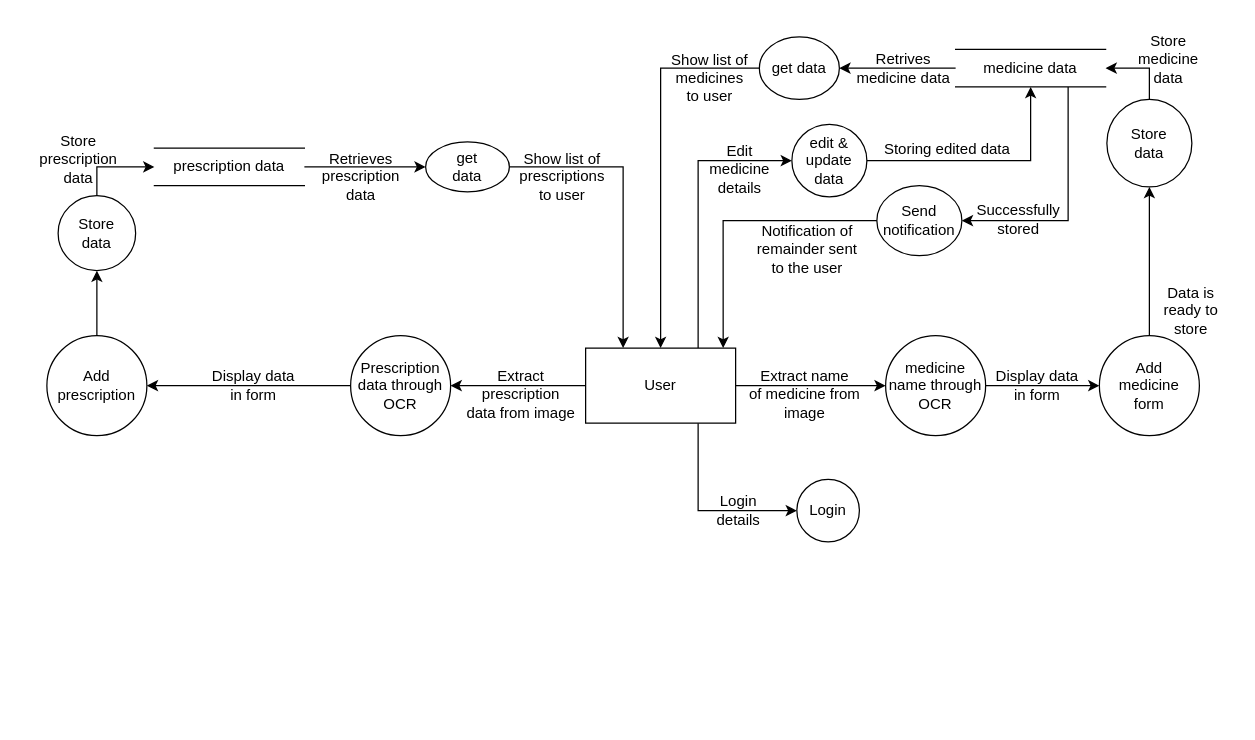
The draw.io diagram DFD_Level-1_Diagram.drawio in SJPatel123/CP-III, before the edit. Source tidied: cells renumbered, new cells numbered last; positions are measured from the earlier drawing's top-left corner, leaving out a move shared by most shapes. Both pictures are drawn from the tidied source at 125%, with x=0, y=0 at pixel (21, 21).
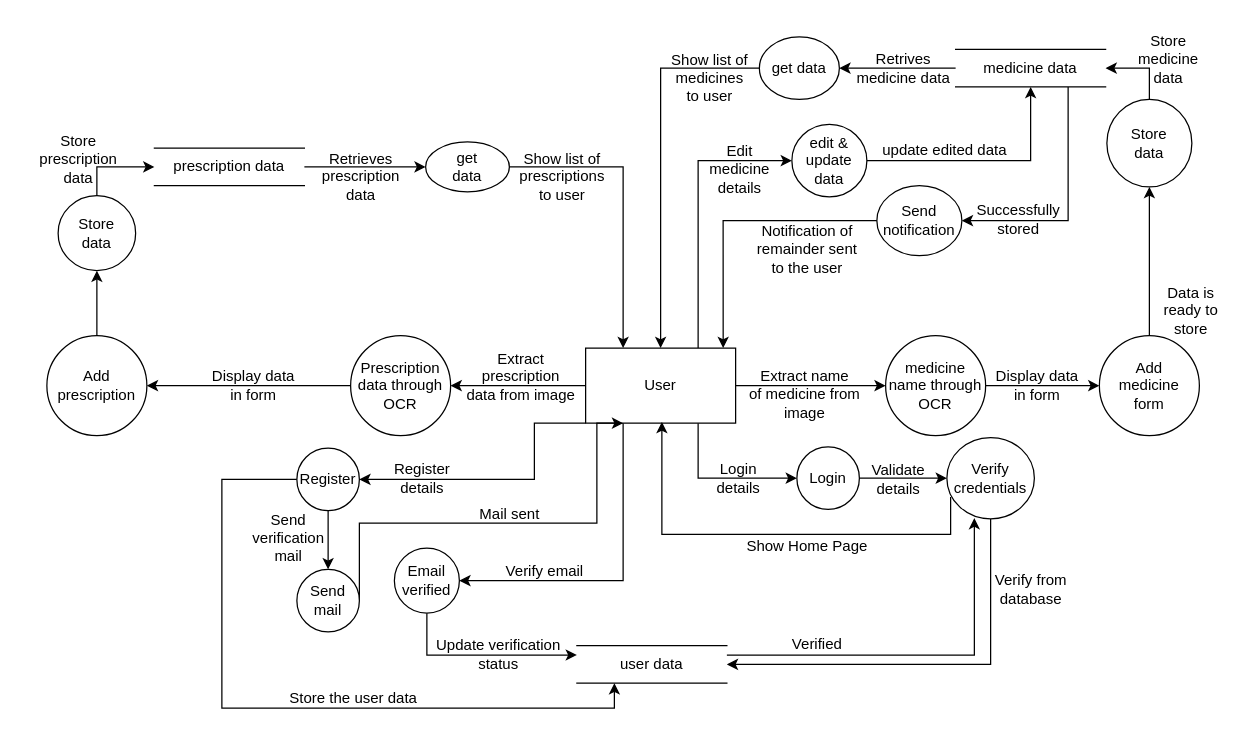
Above is the later version.

The change refers to these unchanged cells:
```xml
<mxCell id="6" value="User" style="rounded=0;whiteSpace=wrap;html=1;" parent="1" vertex="1">
  <mxGeometry x="451" y="261" width="120" height="60" as="geometry" />
</mxCell>
```

Diff of the diagram source:
```diff
@@
+    <mxCell id="49" style="edgeStyle=orthogonalEdgeStyle;rounded=0;jettySize=auto;html=1;exitX=0;exitY=1;exitDx=0;exitDy=0;entryX=1;entryY=0.5;entryDx=0;entryDy=0;" parent="1" edge="1" source="6" target="63">
+      <mxGeometry relative="1" as="geometry">
+        <Array as="points">
+          <mxPoint x="410" y="321" />
+          <mxPoint x="410" y="366" />
+        </Array>
+      </mxGeometry>
+    </mxCell>
+    <mxCell id="50" style="edgeStyle=orthogonalEdgeStyle;rounded=0;jettySize=auto;html=1;exitX=0.25;exitY=1;exitDx=0;exitDy=0;entryX=1;entryY=0.5;entryDx=0;entryDy=0;" parent="1" edge="1" source="6" target="70">
+      <mxGeometry relative="1" as="geometry" />
+    </mxCell>
@@
-    <mxCell id="26" value="Storing edited data" style="text;html=1;align=center;verticalAlign=middle;strokeColor=none;fillColor=none;" parent="1" vertex="1">
-      <mxGeometry x="680" y="87" width="120" height="30" as="geometry" />
+    <mxCell id="26" value="update edited data" style="text;html=1;align=center;verticalAlign=middle;strokeColor=none;fillColor=none;" parent="1" vertex="1">
+      <mxGeometry x="678" y="88" width="120" height="30" as="geometry" />
     </mxCell>
@@
     <mxCell id="33" value="Extract&lt;br&gt;prescription&lt;br&gt;data from image" style="text;html=1;align=center;verticalAlign=middle;strokeColor=none;fillColor=none;" parent="1" vertex="1">
-      <mxGeometry x="344" y="268" width="110" height="60" as="geometry" />
+      <mxGeometry x="344" y="254" width="110" height="60" as="geometry" />
     </mxCell>
@@
+    <mxCell id="51" style="edgeStyle=orthogonalEdgeStyle;rounded=0;jettySize=auto;html=1;" parent="1" edge="1" source="47" target="53">
+      <mxGeometry relative="1" as="geometry" />
+    </mxCell>
     <mxCell id="47" value="Login" style="ellipse;whiteSpace=wrap;html=1;rounded=0;" parent="1" vertex="1">
-      <mxGeometry x="620" y="366" width="50" height="50" as="geometry" />
+      <mxGeometry x="620" y="340" width="50" height="50" as="geometry" />
     </mxCell>
     <mxCell id="48" value="Login&lt;br&gt;details" style="text;html=1;align=center;verticalAlign=middle;strokeColor=none;fillColor=none;" parent="1" vertex="1">
-      <mxGeometry x="543" y="371" width="60" height="40" as="geometry" />
+      <mxGeometry x="543" y="345" width="60" height="40" as="geometry" />
     </mxCell>
+    <mxCell id="52" style="edgeStyle=orthogonalEdgeStyle;rounded=0;jettySize=auto;html=1;exitX=0.5;exitY=1;exitDx=0;exitDy=0;entryX=1;entryY=0.5;entryDx=0;entryDy=0;" parent="1" edge="1" source="53" target="56">
+      <mxGeometry relative="1" as="geometry" />
+    </mxCell>
+    <mxCell id="53" value="Verify&lt;br&gt;credentials" style="ellipse;whiteSpace=wrap;html=1;rounded=0;" parent="1" vertex="1">
+      <mxGeometry x="740" y="332.5" width="70" height="65" as="geometry" />
+    </mxCell>
+    <mxCell id="54" value="Validate&lt;br&gt;details" style="text;html=1;align=center;verticalAlign=middle;strokeColor=none;fillColor=none;" parent="1" vertex="1">
+      <mxGeometry x="666" y="346" width="70" height="40" as="geometry" />
+    </mxCell>
+    <mxCell id="55" style="edgeStyle=orthogonalEdgeStyle;rounded=0;jettySize=auto;html=1;exitX=1;exitY=0.25;exitDx=0;exitDy=0;entryX=0.314;entryY=0.992;entryDx=0;entryDy=0;entryPerimeter=0;" parent="1" edge="1" source="56" target="53">
+      <mxGeometry relative="1" as="geometry" />
+    </mxCell>
+    <mxCell id="56" value="user data" style="shape=partialRectangle;whiteSpace=wrap;html=1;left=0;right=0;fillColor=none;" parent="1" vertex="1">
+      <mxGeometry x="444" y="499" width="120" height="30" as="geometry" />
+    </mxCell>
+    <mxCell id="57" value="Verify from&lt;br&gt;database" style="text;html=1;align=center;verticalAlign=middle;strokeColor=none;fillColor=none;" parent="1" vertex="1">
+      <mxGeometry x="767" y="434" width="80" height="40" as="geometry" />
+    </mxCell>
+    <mxCell id="58" value="Verified" style="text;html=1;align=center;verticalAlign=middle;strokeColor=none;fillColor=none;" parent="1" vertex="1">
+      <mxGeometry x="606" y="483" width="60" height="30" as="geometry" />
+    </mxCell>
+    <mxCell id="59" style="edgeStyle=orthogonalEdgeStyle;rounded=0;orthogonalLoop=1;jettySize=auto;html=1;exitX=0.029;exitY=0.715;exitDx=0;exitDy=0;entryX=0.5;entryY=1;entryDx=0;entryDy=0;exitPerimeter=0;" parent="1" edge="1">
+      <mxGeometry relative="1" as="geometry">
+        <mxPoint x="743" y="380" as="sourcePoint" />
+        <mxPoint x="512" y="320" as="targetPoint" />
+        <Array as="points">
+          <mxPoint x="743" y="410" />
+          <mxPoint x="512" y="410" />
+        </Array>
+      </mxGeometry>
+    </mxCell>
+    <mxCell id="60" value="Show Home Page" style="text;html=1;align=center;verticalAlign=middle;strokeColor=none;fillColor=none;" parent="1" vertex="1">
+      <mxGeometry x="568" y="405" width="120" height="30" as="geometry" />
+    </mxCell>
+    <mxCell id="61" style="edgeStyle=orthogonalEdgeStyle;rounded=0;jettySize=auto;html=1;" parent="1" edge="1" source="63" target="66">
+      <mxGeometry relative="1" as="geometry" />
+    </mxCell>
+    <mxCell id="62" style="edgeStyle=orthogonalEdgeStyle;rounded=0;jettySize=auto;html=1;exitX=0;exitY=0.5;exitDx=0;exitDy=0;entryX=0.25;entryY=1;entryDx=0;entryDy=0;" parent="1" edge="1" source="63" target="56">
+      <mxGeometry relative="1" as="geometry">
+        <Array as="points">
+          <mxPoint x="160" y="366" />
+          <mxPoint x="160" y="549" />
+          <mxPoint x="474" y="549" />
+        </Array>
+      </mxGeometry>
+    </mxCell>
+    <mxCell id="63" value="Register" style="ellipse;whiteSpace=wrap;html=1;" parent="1" vertex="1">
+      <mxGeometry x="220" y="341" width="50" height="50" as="geometry" />
+    </mxCell>
+    <mxCell id="64" value="Register&lt;br&gt;details" style="text;html=1;align=center;verticalAlign=middle;strokeColor=none;fillColor=none;" parent="1" vertex="1">
+      <mxGeometry x="285" y="345" width="70" height="40" as="geometry" />
+    </mxCell>
+    <mxCell id="65" style="edgeStyle=orthogonalEdgeStyle;rounded=0;jettySize=auto;html=1;exitX=1;exitY=0.5;exitDx=0;exitDy=0;entryX=0.25;entryY=1;entryDx=0;entryDy=0;" parent="1" edge="1" source="66" target="6">
+      <mxGeometry relative="1" as="geometry">
+        <Array as="points">
+          <mxPoint x="270" y="401" />
+          <mxPoint x="460" y="401" />
+        </Array>
+      </mxGeometry>
+    </mxCell>
+    <mxCell id="66" value="Send&lt;br&gt;mail" style="ellipse;whiteSpace=wrap;html=1;" parent="1" vertex="1">
+      <mxGeometry x="220" y="438" width="50" height="50" as="geometry" />
+    </mxCell>
+    <mxCell id="67" value="Send&lt;br&gt;verification&lt;br&gt;mail" style="text;html=1;align=center;verticalAlign=middle;strokeColor=none;fillColor=none;" parent="1" vertex="1">
+      <mxGeometry x="173" y="383" width="80" height="60" as="geometry" />
+    </mxCell>
+    <mxCell id="68" value="Mail sent" style="text;html=1;align=center;verticalAlign=middle;strokeColor=none;fillColor=none;" parent="1" vertex="1">
+      <mxGeometry x="355" y="379" width="70" height="30" as="geometry" />
+    </mxCell>
+    <mxCell id="69" style="edgeStyle=orthogonalEdgeStyle;rounded=0;jettySize=auto;html=1;exitX=0.5;exitY=1;exitDx=0;exitDy=0;entryX=0;entryY=0.25;entryDx=0;entryDy=0;" parent="1" edge="1" source="70" target="56">
+      <mxGeometry relative="1" as="geometry" />
+    </mxCell>
+    <mxCell id="70" value="Email&lt;br&gt;verified" style="ellipse;whiteSpace=wrap;html=1;" parent="1" vertex="1">
+      <mxGeometry x="298" y="421" width="52" height="52" as="geometry" />
+    </mxCell>
+    <mxCell id="71" value="Verify email" style="text;html=1;align=center;verticalAlign=middle;strokeColor=none;fillColor=none;" parent="1" vertex="1">
+      <mxGeometry x="373" y="425" width="90" height="30" as="geometry" />
+    </mxCell>
+    <mxCell id="72" value="Update verification&lt;br&gt;status" style="text;html=1;align=center;verticalAlign=middle;strokeColor=none;fillColor=none;" parent="1" vertex="1">
+      <mxGeometry x="321" y="486" width="120" height="40" as="geometry" />
+    </mxCell>
+    <mxCell id="73" value="Store the user data" style="text;html=1;align=center;verticalAlign=middle;strokeColor=none;fillColor=none;" parent="1" vertex="1">
+      <mxGeometry x="200" y="526" width="130" height="30" as="geometry" />
+    </mxCell>
```
